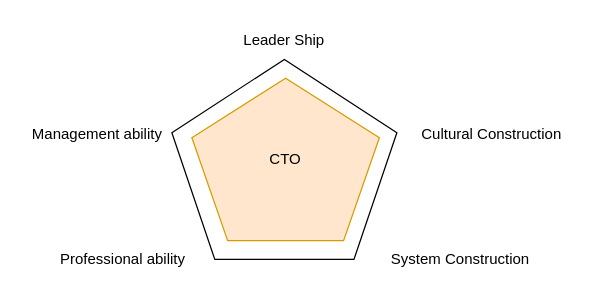
Before: page "技术总监" (1 of 4) of 技术领导力.drawio in rexlin600/diagrams, a draw.io diagram. Source tidied: cells renumbered, new cells numbered last; positions are measured from the earlier drawing's top-left corner, leaving out a move shared by most shapes. Both pictures are drawn from the tidied source at 125%, with x=0, y=0 at pixel (21, 21).
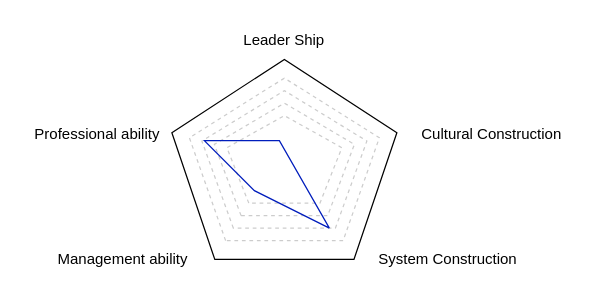
After the change.

Commit message (it also covers changes not shown here):
更新技术领导力.drawio

Diff of the diagram source:
```diff
@@
 <mxGraphModel>
   <root>
     <mxCell id="0" />
     <mxCell id="1" parent="0" />
+    <mxCell id="9" style="whiteSpace=wrap;html=1;shape=mxgraph.basic.pentagon;dashed=1;fillColor=none;strokeColor=default;opacity=20;" parent="1" vertex="1">
+      <mxGeometry x="134" y="45" width="152" height="130" as="geometry" />
+    </mxCell>
+    <mxCell id="10" style="whiteSpace=wrap;html=1;shape=mxgraph.basic.pentagon;dashed=1;fillColor=none;strokeColor=default;opacity=20;" parent="1" vertex="1">
+      <mxGeometry x="144" y="55" width="132" height="110" as="geometry" />
+    </mxCell>
+    <mxCell id="11" style="whiteSpace=wrap;html=1;shape=mxgraph.basic.pentagon;dashed=1;fillColor=none;strokeColor=default;opacity=20;" parent="1" vertex="1">
+      <mxGeometry x="164" y="75" width="92" height="70" as="geometry" />
+    </mxCell>
-    <mxCell id="2" style="whiteSpace=wrap;html=1;shape=mxgraph.basic.pentagon;" parent="1" vertex="1">
+    <mxCell id="2" style="whiteSpace=wrap;html=1;shape=mxgraph.basic.pentagon;fillColor=none;" parent="1" vertex="1">
       <mxGeometry x="120" y="30" width="180" height="160" as="geometry" />
     </mxCell>
+    <mxCell id="12" style="whiteSpace=wrap;html=1;shape=mxgraph.basic.pentagon;dashed=1;fillColor=none;strokeColor=default;opacity=20;" parent="1" vertex="1">
+      <mxGeometry x="154" y="65" width="112" height="90" as="geometry" />
+    </mxCell>
     <mxCell id="3" value="Leader Ship" style="text;html=1;strokeColor=none;fillColor=none;align=center;verticalAlign=middle;whiteSpace=wrap;rounded=0;" parent="1" vertex="1">
       <mxGeometry x="172" width="76" height="30" as="geometry" />
     </mxCell>
-    <mxCell id="4" value="Professional ability" style="text;html=1;strokeColor=none;fillColor=none;align=center;verticalAlign=middle;whiteSpace=wrap;rounded=0;" parent="1" vertex="1">
+    <mxCell id="4" value="&lt;span&gt;Management ability&lt;/span&gt;" style="text;html=1;strokeColor=none;fillColor=none;align=center;verticalAlign=middle;whiteSpace=wrap;rounded=0;" parent="1" vertex="1">
       <mxGeometry x="26" y="175" width="110" height="30" as="geometry" />
     </mxCell>
     <mxCell id="5" value="Cultural Construction" style="text;html=1;strokeColor=none;fillColor=none;align=center;verticalAlign=middle;whiteSpace=wrap;rounded=0;" parent="1" vertex="1">
       <mxGeometry x="306" y="75" width="140" height="30" as="geometry" />
     </mxCell>
     <mxCell id="6" value="System Construction" style="text;html=1;strokeColor=none;fillColor=none;align=center;verticalAlign=middle;whiteSpace=wrap;rounded=0;" parent="1" vertex="1">
-      <mxGeometry x="286" y="175" width="130" height="30" as="geometry" />
+      <mxGeometry x="276" y="175" width="130" height="30" as="geometry" />
     </mxCell>
-    <mxCell id="7" value="Management ability" style="text;html=1;align=center;verticalAlign=middle;strokeColor=none;fillColor=none;" parent="1" vertex="1">
-      <mxGeometry y="80" width="120" height="20" as="geometry" />
-    </mxCell>
-    <mxCell id="8" value="CTO" style="whiteSpace=wrap;html=1;shape=mxgraph.basic.pentagon;fillColor=#ffe6cc;strokeColor=#d79b00;" parent="1" vertex="1">
-      <mxGeometry x="136" y="45" width="150" height="130" as="geometry" />
-    </mxCell>
+    <mxCell id="13" style="endArrow=none;html=1;shadow=0;fontColor=none;labelBackgroundColor=none;labelBorderColor=none;noLabel=1;verticalAlign=middle;fillColor=#0050ef;strokeColor=#001DBC;rounded=0;sketch=0;" parent="1" edge="1">
+      <mxGeometry relative="1" as="geometry">
+        <mxPoint x="246" y="165" as="sourcePoint" />
+        <mxPoint x="246" y="165" as="targetPoint" />
+        <Array as="points">
+          <mxPoint x="186" y="135" />
+          <mxPoint x="146" y="95" />
+          <mxPoint x="206" y="95" />
+        </Array>
+      </mxGeometry>
+    </mxCell>
+    <mxCell id="14" value="&lt;span&gt;Professional ability&lt;/span&gt;" style="text;html=1;align=center;verticalAlign=middle;strokeColor=none;fillColor=none;fontColor=none;" parent="1" vertex="1">
+      <mxGeometry y="80" width="120" height="20" as="geometry" />
+    </mxCell>
   </root>
 </mxGraphModel>
```
